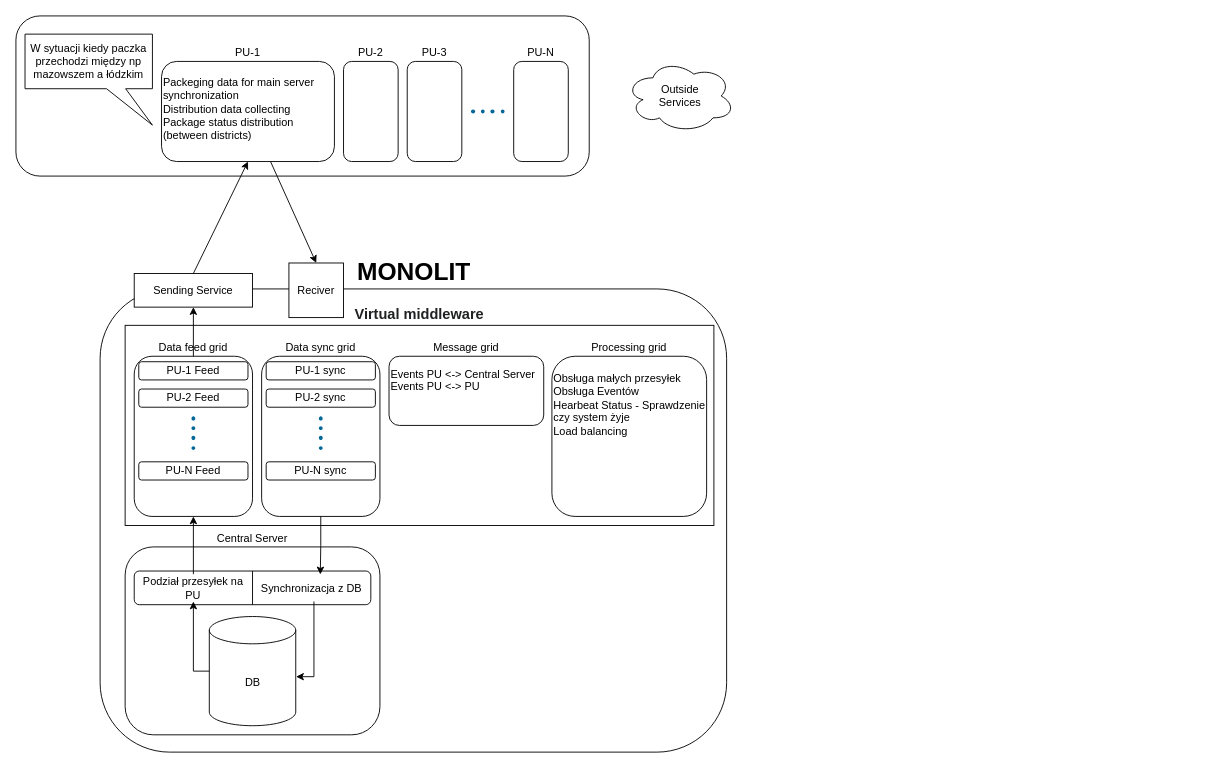
Above: page "SBA (wariant hybrydowy)" (3 of 5) of architektura.drawio in Franio2018/Projekt-Zespolowy (draw.io), before the change. Source tidied: cells renumbered, new cells numbered last; positions are measured from the earlier drawing's top-left corner, leaving out a move shared by most shapes. Both pictures are drawn from the tidied source at 91%, with x=0, y=0 at pixel (15, 15).
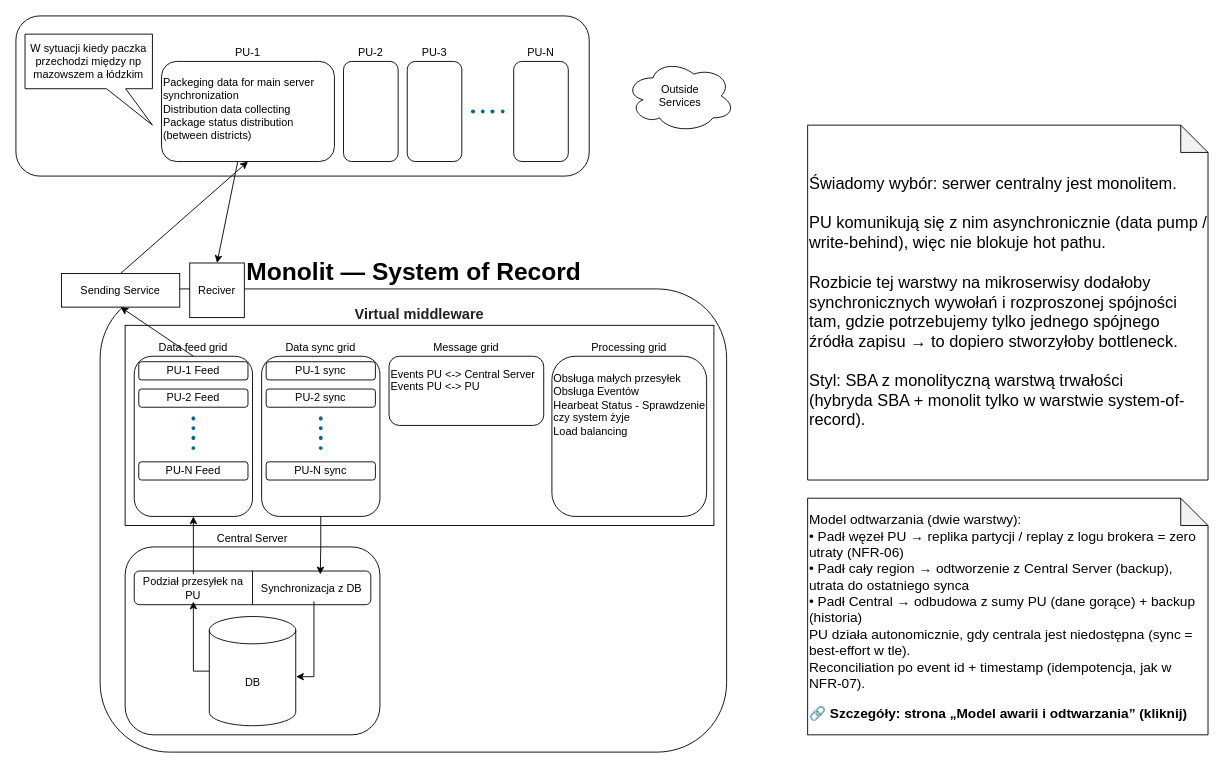
After the change.

Commit message (it also covers changes not shown here):
Model awarii i odtwarzania

What changed in the source:
```diff
@@
-    <mxCell id="2" value="MONOLIT" style="rounded=1;whiteSpace=wrap;html=1;roundedPerimeter=1;labelPosition=center;verticalLabelPosition=top;align=center;verticalAlign=bottom;labelPerimeter=1;fontSize=27;fontStyle=1;" parent="1" vertex="1">
+    <mxCell id="2" value="Monolit — System of Record" style="rounded=1;whiteSpace=wrap;html=1;roundedPerimeter=1;labelPosition=center;verticalLabelPosition=top;align=center;verticalAlign=bottom;fontSize=27;fontStyle=1;labelPerimeter=1;" parent="1" vertex="1">
       <mxGeometry x="92.5" y="300" width="688.5" height="509" as="geometry" />
     </mxCell>
@@
     <mxCell id="37" value="Sending Service" style="rounded=0;whiteSpace=wrap;html=1;" parent="1" vertex="1">
-      <mxGeometry x="130" y="283" width="130" height="37" as="geometry" />
+      <mxGeometry x="50" y="283" width="130" height="37" as="geometry" />
     </mxCell>
@@
     <mxCell id="40" value="Reciver" style="rounded=0;whiteSpace=wrap;html=1;" parent="1" vertex="1">
-      <mxGeometry x="300" y="271.5" width="60" height="60" as="geometry" />
+      <mxGeometry x="191" y="271.5" width="60" height="60" as="geometry" />
     </mxCell>
@@
+    <mxCell id="42" value="&lt;div&gt;&lt;span style=&quot;font-size: 18px;&quot;&gt;Świadomy wybór: serwer centralny jest monolitem.&lt;/span&gt;&lt;/div&gt;&lt;div&gt;&lt;span style=&quot;font-size: 18px;&quot;&gt;&lt;br&gt;&lt;/span&gt;&lt;/div&gt;&lt;div&gt;&lt;span style=&quot;font-size: 18px;&quot;&gt;PU komunikują się z nim asynchronicznie (data pump / write-behind),&amp;nbsp;&lt;/span&gt;&lt;span style=&quot;font-size: 18px; background-color: transparent; color: light-dark(#000000, var(--ge-light-color, #ffffff));&quot;&gt;więc nie blokuje hot pathu.&lt;/span&gt;&lt;/div&gt;&lt;div&gt;&lt;span style=&quot;font-size: 18px;&quot;&gt;&lt;br&gt;&lt;/span&gt;&lt;/div&gt;&lt;div&gt;&lt;span style=&quot;font-size: 18px;&quot;&gt;Rozbicie tej warstwy na mikroserwisy dodałoby synchronicznych&amp;nbsp;&lt;/span&gt;&lt;span style=&quot;font-size: 18px; background-color: transparent; color: light-dark(#000000, var(--ge-light-color, #ffffff));&quot;&gt;wywołań i rozproszonej spójności tam, gdzie potrzebujemy tylko&amp;nbsp;&lt;/span&gt;&lt;span style=&quot;font-size: 18px; background-color: transparent; color: light-dark(#000000, var(--ge-light-color, #ffffff));&quot;&gt;jednego spójnego źródła zapisu → to dopiero stworzyłoby bottleneck.&lt;/span&gt;&lt;/div&gt;&lt;div&gt;&lt;span style=&quot;font-size: 18px;&quot;&gt;&lt;br&gt;&lt;/span&gt;&lt;/div&gt;&lt;div&gt;&lt;span style=&quot;font-size: 18px;&quot;&gt;Styl: SBA z monolityczną warstwą trwałości&lt;/span&gt;&lt;/div&gt;&lt;div&gt;&lt;span style=&quot;font-size: 18px;&quot;&gt;(hybryda SBA + monolit tylko w warstwie system-of-record).&lt;/span&gt;&lt;/div&gt;" style="shape=note;whiteSpace=wrap;html=1;backgroundOutline=1;darkOpacity=0.05;align=left;" parent="1" vertex="1">
+      <mxGeometry x="870" y="120" width="440" height="390" as="geometry" />
+    </mxCell>
+    <mxCell id="43" value="&lt;div&gt;&lt;font style=&quot;font-size: 15px;&quot;&gt;Model odtwarzania (dwie warstwy):&lt;/font&gt;&lt;/div&gt;&lt;div&gt;&lt;font style=&quot;font-size: 15px;&quot;&gt;• Padł węzeł PU → replika partycji / replay z logu brokera = zero utraty (NFR-06)&lt;/font&gt;&lt;/div&gt;&lt;div&gt;&lt;font style=&quot;font-size: 15px;&quot;&gt;• Padł cały region → odtworzenie z Central Server (backup), utrata do ostatniego synca&lt;/font&gt;&lt;/div&gt;&lt;div&gt;&lt;font style=&quot;font-size: 15px;&quot;&gt;• Padł Central → odbudowa z sumy PU (dane gorące) + backup (historia)&lt;/font&gt;&lt;/div&gt;&lt;div&gt;&lt;font style=&quot;font-size: 15px;&quot;&gt;PU działa autonomicznie, gdy centrala jest niedostępna (sync = best-effort w tle).&lt;/font&gt;&lt;/div&gt;&lt;div&gt;&lt;font style=&quot;font-size: 15px;&quot;&gt;Reconciliation po event id + timestamp (idempotencja, jak w NFR-07).&lt;/font&gt;&lt;/div&gt;&lt;div&gt;&lt;br&gt;&lt;/div&gt;&lt;div&gt;&lt;font style=&quot;font-size: 15px;&quot;&gt;&lt;b&gt;🔗 Szczegóły: strona „Model awarii i odtwarzania” (kliknij)&lt;/b&gt;&lt;/font&gt;&lt;/div&gt;" style="shape=note;whiteSpace=wrap;html=1;backgroundOutline=1;darkOpacity=0.05;align=left;" parent="1" vertex="1">
+      <mxGeometry x="870" y="530" width="440" height="260" as="geometry" />
+    </mxCell>
```
